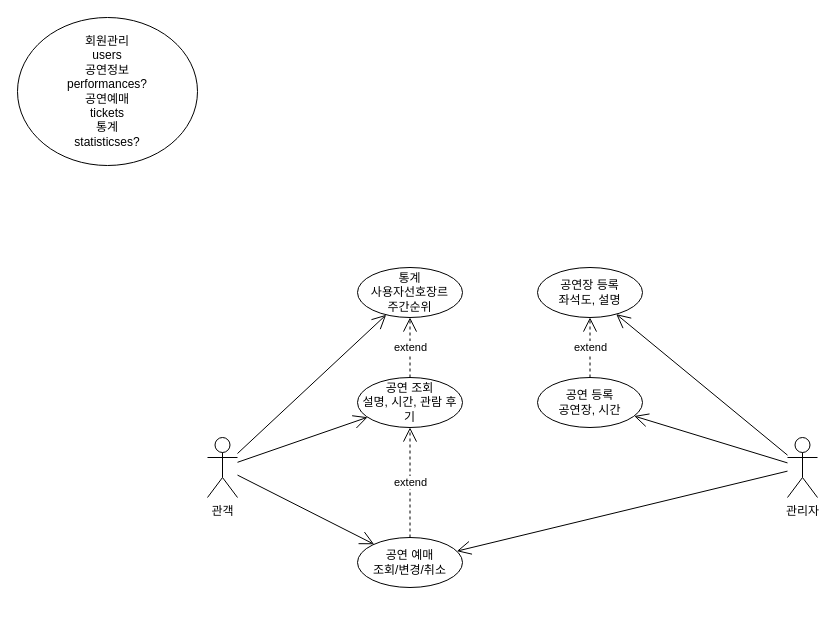
The draw.io diagram page "usecase" (1 of 2) of requirements.drawio in hunjuly/rehearsal, before the edit. Source tidied: cells renumbered, new cells numbered last; positions are measured from the earlier drawing's top-left corner, leaving out a move shared by most shapes. Both pictures are drawn from the tidied source at 100%, with x=0, y=0 at pixel (17, 17).
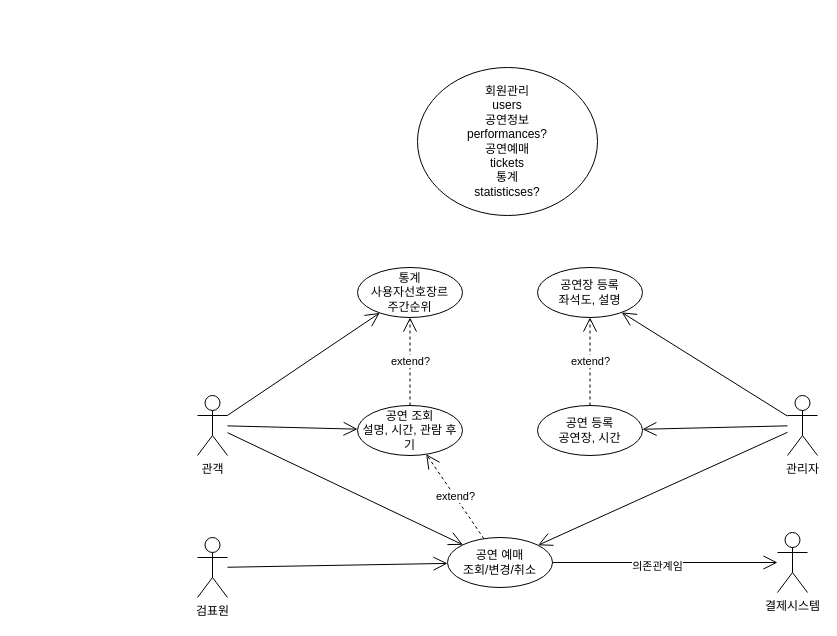
The same page after the edit.

The change refers to these unchanged cells:
```xml
<mxCell id="5" value="공연장 등록&lt;br&gt;좌석도, 설명" style="ellipse;whiteSpace=wrap;html=1;verticalAlign=middle;" parent="1" vertex="1">
  <mxGeometry x="520" y="250" width="105" height="50" as="geometry" />
</mxCell>
<mxCell id="8" value="통계&lt;br&gt;사용자선호장르&lt;br&gt;주간순위" style="ellipse;whiteSpace=wrap;html=1;verticalAlign=middle;" parent="1" vertex="1">
  <mxGeometry x="340" y="250" width="105" height="50" as="geometry" />
</mxCell>
```

Change to the diagram source:
```diff
@@
     <mxCell id="2" value="관객" style="shape=umlActor;verticalLabelPosition=bottom;verticalAlign=top;html=1;outlineConnect=0;" parent="1" vertex="1">
-      <mxGeometry x="190" y="420" width="30" height="60" as="geometry" />
+      <mxGeometry x="180" y="378" width="30" height="60" as="geometry" />
     </mxCell>
     <mxCell id="3" value="관리자" style="shape=umlActor;verticalLabelPosition=bottom;verticalAlign=top;html=1;outlineConnect=0;" parent="1" vertex="1">
-      <mxGeometry x="770" y="420" width="30" height="60" as="geometry" />
+      <mxGeometry x="770" y="378" width="30" height="60" as="geometry" />
     </mxCell>
     <mxCell id="4" value="공연 등록&lt;br&gt;공연장, 시간" style="ellipse;whiteSpace=wrap;html=1;verticalAlign=middle;" parent="1" vertex="1">
-      <mxGeometry x="520" y="360" width="105" height="50" as="geometry" />
+      <mxGeometry x="520" y="388" width="105" height="50" as="geometry" />
     </mxCell>
@@
     <mxCell id="6" value="공연 조회&lt;br&gt;설명, 시간, 관람 후기" style="ellipse;whiteSpace=wrap;html=1;verticalAlign=middle;" parent="1" vertex="1">
-      <mxGeometry x="340" y="360" width="105" height="50" as="geometry" />
+      <mxGeometry x="340" y="388" width="105" height="50" as="geometry" />
     </mxCell>
     <mxCell id="7" value="공연 예매&lt;br&gt;조회/변경/취소" style="ellipse;whiteSpace=wrap;html=1;verticalAlign=middle;" parent="1" vertex="1">
-      <mxGeometry x="340" y="520" width="105" height="50" as="geometry" />
+      <mxGeometry x="430" y="520" width="105" height="50" as="geometry" />
     </mxCell>
@@
     <mxCell id="9" value="회원관리&lt;br&gt;users&lt;br&gt;공연정보&lt;br&gt;performances?&lt;br&gt;공연예매&lt;br&gt;tickets&lt;br&gt;통계&lt;br&gt;statisticses?" style="ellipse;whiteSpace=wrap;html=1;verticalAlign=middle;" parent="1" vertex="1">
-      <mxGeometry width="180" height="148" as="geometry" />
+      <mxGeometry x="400" y="50" width="180" height="148" as="geometry" />
     </mxCell>
-    <mxCell id="10" value="extend" style="endArrow=open;endSize=12;dashed=1;html=1;rounded=0;verticalAlign=middle;" parent="1" edge="1" source="4" target="5">
+    <mxCell id="10" value="extend?" style="endArrow=open;endSize=12;dashed=1;html=1;rounded=0;verticalAlign=middle;" parent="1" edge="1" source="4" target="5">
       <mxGeometry relative="1" as="geometry" />
     </mxCell>
@@
-    <mxCell id="13" value="extend" style="endArrow=open;endSize=12;dashed=1;html=1;rounded=0;verticalAlign=middle;" parent="1" edge="1" source="7" target="6">
+    <mxCell id="13" value="extend?" style="endArrow=open;endSize=12;dashed=1;html=1;rounded=0;verticalAlign=middle;" parent="1" edge="1" source="7" target="6">
       <mxGeometry relative="1" as="geometry" />
     </mxCell>
@@
-    <mxCell id="16" value="extend" style="endArrow=open;endSize=12;dashed=1;html=1;rounded=0;verticalAlign=middle;" parent="1" edge="1" source="6" target="8">
+    <mxCell id="16" value="extend?" style="endArrow=open;endSize=12;dashed=1;html=1;rounded=0;verticalAlign=middle;" parent="1" edge="1" source="6" target="8">
       <mxGeometry relative="1" as="geometry" />
     </mxCell>
@@
+    <mxCell id="19" value="결제시스템" style="shape=umlActor;verticalLabelPosition=bottom;verticalAlign=top;html=1;" parent="1" vertex="1">
+      <mxGeometry x="760" y="515" width="30" height="60" as="geometry" />
+    </mxCell>
+    <mxCell id="20" style="endArrow=open;endFill=1;endSize=12;html=1;rounded=0;verticalAlign=middle;" parent="1" edge="1" source="7" target="19">
+      <mxGeometry relative="1" as="geometry" />
+    </mxCell>
+    <mxCell id="21" value="의존관계임" style="edgeLabel;html=1;align=center;verticalAlign=middle;" parent="20" vertex="1">
+      <mxGeometry x="-0.08" y="-3" relative="1" as="geometry" />
+    </mxCell>
+    <mxCell id="22" value="검표원" style="shape=umlActor;verticalLabelPosition=bottom;verticalAlign=top;html=1;outlineConnect=0;" parent="1" vertex="1">
+      <mxGeometry x="180" y="520" width="30" height="60" as="geometry" />
+    </mxCell>
+    <mxCell id="23" style="endArrow=open;endFill=1;endSize=12;html=1;rounded=0;verticalAlign=middle;" parent="1" edge="1" source="22" target="7">
+      <mxGeometry relative="1" as="geometry" />
+    </mxCell>
```
